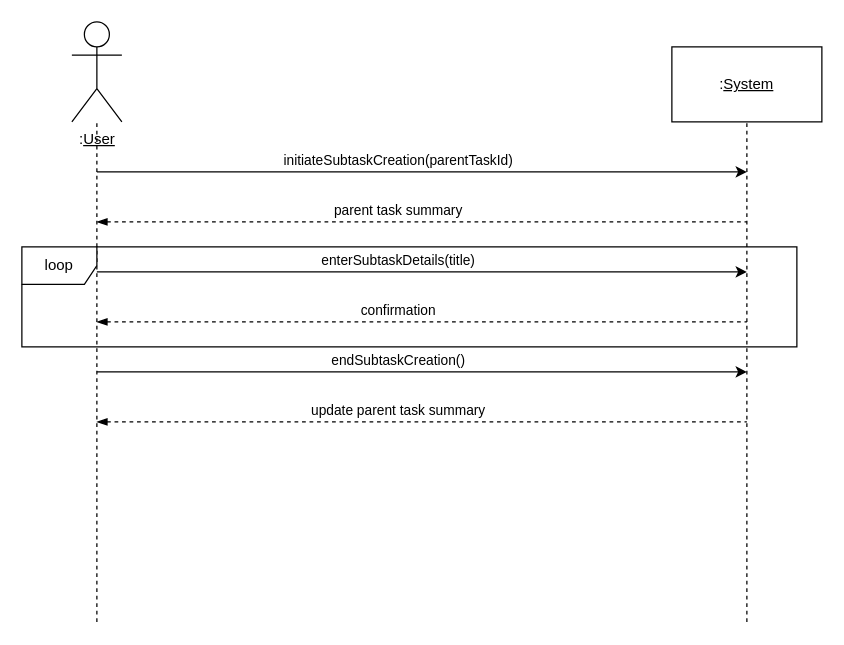
wmbx-28/SOEN342_Project keeps this draw.io diagram as diagrams/sequence_diagrams/createSubtask() Sequece Diagram.drawio. Above is the earlier version. Source tidied: cells renumbered, new cells numbered last; positions are measured from the earlier drawing's top-left corner, leaving out a move shared by most shapes. Both pictures are drawn from the tidied source at 125%, with x=0, y=0 at pixel (21, 21).
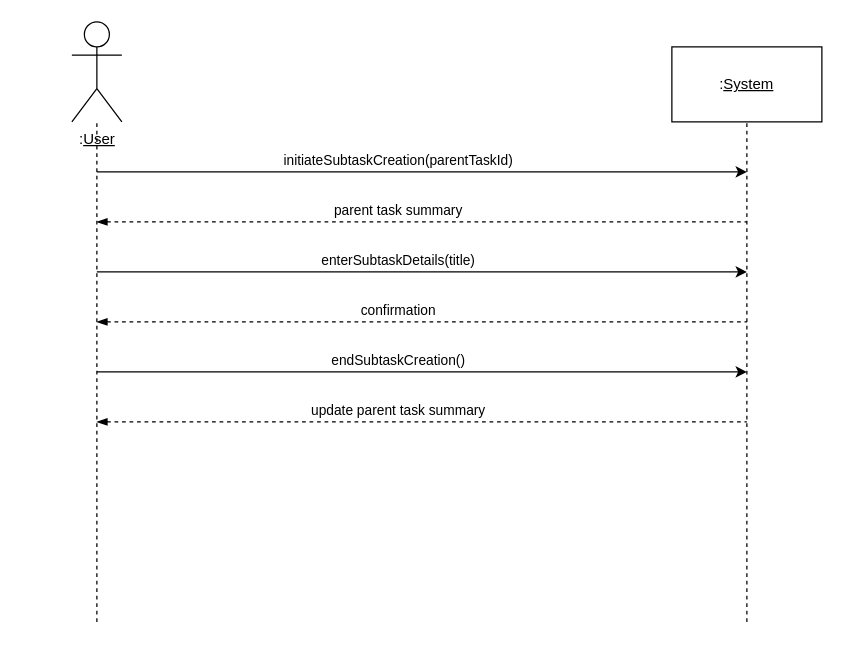
After the change.

What changed in the source:
```diff
@@
-    <mxCell id="10" value="loop" style="shape=umlFrame;whiteSpace=wrap;html=1;" parent="1" vertex="1">
-      <mxGeometry y="180" width="620" height="80" as="geometry" />
-    </mxCell>
```
